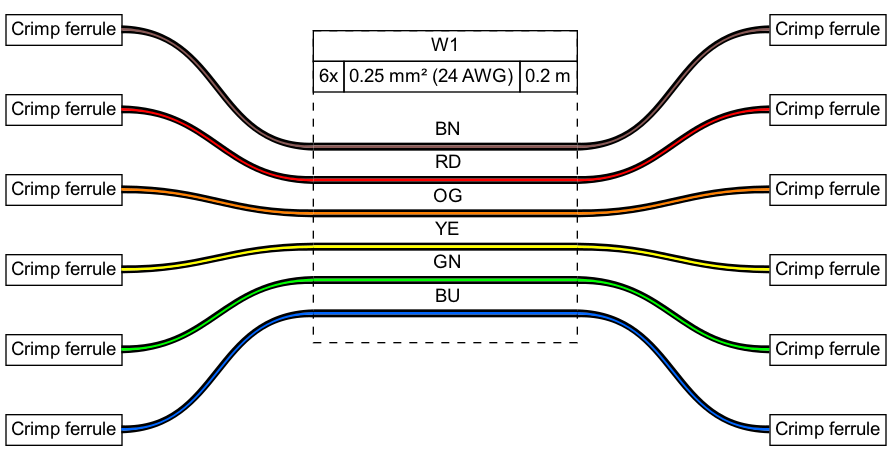
This is examples/ex04.png from wireviz/WireViz, a Graphviz export, as it was before one commit. Its source is kept beside it as examples/ex04.gv.
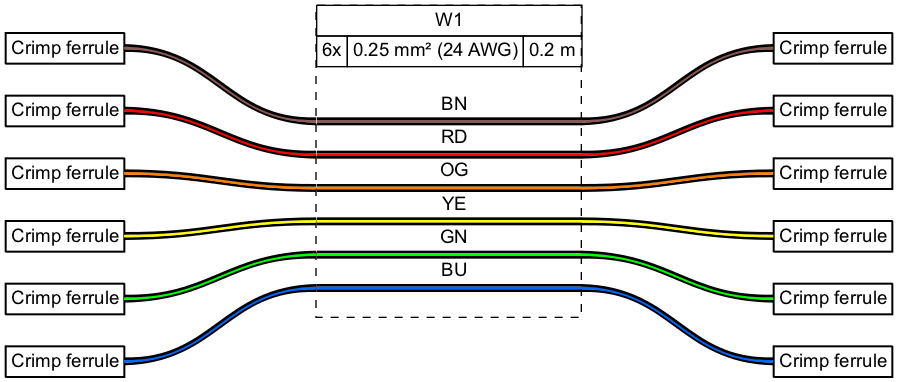
The same diagram one commit later.

The edit, as a diff of the source:
```diff
@@ -1,6 +1,6 @@
 graph {
-	graph [bgcolor=white fontname=arial nodesep=0.33 rankdir=LR ranksep=2]
-	node [fillcolor=white fontname=arial shape=record style=filled]
+	graph [bgcolor="#FFFFFF" fontname=arial nodesep=0.33 rankdir=LR ranksep=2]
+	node [fillcolor="#FFFFFF" fontname=arial height=0 margin=0 shape=none style=filled width=0]
 	edge [fontname=arial style=bold]
 	_ferrule_crimp_1 [label=<
 <table border="0" cellspacing="0" cellpadding="0">
@@ -10,7 +10,7 @@
   </tr></table>
  </td></tr>
 </table>
-> fillcolor=white margin=0 shape=none style=filled]
+> fillcolor="#FFFFFF" shape=box style=filled]
 	_ferrule_crimp_2 [label=<
 <table border="0" cellspacing="0" cellpadding="0">
  <tr><td>
@@ -19,7 +19,7 @@
   </tr></table>
  </td></tr>
 </table>
-> fillcolor=white margin=0 shape=none style=filled]
+> fillcolor="#FFFFFF" shape=box style=filled]
 	_ferrule_crimp_3 [label=<
 <table border="0" cellspacing="0" cellpadding="0">
  <tr><td>
@@ -28,7 +28,7 @@
   </tr></table>
  </td></tr>
 </table>
-> fillcolor=white margin=0 shape=none style=filled]
+> fillcolor="#FFFFFF" shape=box style=filled]
 	_ferrule_crimp_4 [label=<
 <table border="0" cellspacing="0" cellpadding="0">
  <tr><td>
@@ -37,7 +37,7 @@
   </tr></table>
  </td></tr>
 </table>
-> fillcolor=white margin=0 shape=none style=filled]
+> fillcolor="#FFFFFF" shape=box style=filled]
 	_ferrule_crimp_5 [label=<
 <table border="0" cellspacing="0" cellpadding="0">
  <tr><td>
@@ -46,7 +46,7 @@
   </tr></table>
  </td></tr>
 </table>
-> fillcolor=white margin=0 shape=none style=filled]
+> fillcolor="#FFFFFF" shape=box style=filled]
 	_ferrule_crimp_6 [label=<
 <table border="0" cellspacing="0" cellpadding="0">
  <tr><td>
@@ -55,7 +55,7 @@
   </tr></table>
  </td></tr>
 </table>
-> fillcolor=white margin=0 shape=none style=filled]
+> fillcolor="#FFFFFF" shape=box style=filled]
 	_ferrule_crimp_7 [label=<
 <table border="0" cellspacing="0" cellpadding="0">
  <tr><td>
@@ -64,7 +64,7 @@
   </tr></table>
  </td></tr>
 </table>
-> fillcolor=white margin=0 shape=none style=filled]
+> fillcolor="#FFFFFF" shape=box style=filled]
 	_ferrule_crimp_8 [label=<
 <table border="0" cellspacing="0" cellpadding="0">
  <tr><td>
@@ -73,7 +73,7 @@
   </tr></table>
  </td></tr>
 </table>
-> fillcolor=white margin=0 shape=none style=filled]
+> fillcolor="#FFFFFF" shape=box style=filled]
 	_ferrule_crimp_9 [label=<
 <table border="0" cellspacing="0" cellpadding="0">
  <tr><td>
@@ -82,7 +82,7 @@
   </tr></table>
  </td></tr>
 </table>
-> fillcolor=white margin=0 shape=none style=filled]
+> fillcolor="#FFFFFF" shape=box style=filled]
 	_ferrule_crimp_10 [label=<
 <table border="0" cellspacing="0" cellpadding="0">
  <tr><td>
@@ -91,7 +91,7 @@
   </tr></table>
  </td></tr>
 </table>
-> fillcolor=white margin=0 shape=none style=filled]
+> fillcolor="#FFFFFF" shape=box style=filled]
 	_ferrule_crimp_11 [label=<
 <table border="0" cellspacing="0" cellpadding="0">
  <tr><td>
@@ -100,7 +100,7 @@
   </tr></table>
  </td></tr>
 </table>
-> fillcolor=white margin=0 shape=none style=filled]
+> fillcolor="#FFFFFF" shape=box style=filled]
 	_ferrule_crimp_12 [label=<
 <table border="0" cellspacing="0" cellpadding="0">
  <tr><td>
@@ -109,7 +109,7 @@
   </tr></table>
  </td></tr>
 </table>
-> fillcolor=white margin=0 shape=none style=filled]
+> fillcolor="#FFFFFF" shape=box style=filled]
 	edge [color="#000000:#895956:#000000"]
 	_ferrule_crimp_1:e -- W1:w1:w
 	W1:w1:e -- _ferrule_crimp_7:w
@@ -147,7 +147,9 @@
    <tr><td>&nbsp;</td></tr>
    <tr>
     <td></td>
-    <td>BN</td>
+    <td>
+     BN
+    </td>
     <td></td>
    </tr>
    <tr>
@@ -161,7 +163,9 @@
    </tr>
    <tr>
     <td></td>
-    <td>RD</td>
+    <td>
+     RD
+    </td>
     <td></td>
    </tr>
    <tr>
@@ -175,7 +179,9 @@
    </tr>
    <tr>
     <td></td>
-    <td>OG</td>
+    <td>
+     OG
+    </td>
     <td></td>
    </tr>
    <tr>
@@ -189,7 +195,9 @@
    </tr>
    <tr>
     <td></td>
-    <td>YE</td>
+    <td>
+     YE
+    </td>
     <td></td>
    </tr>
    <tr>
@@ -203,7 +211,9 @@
    </tr>
    <tr>
     <td></td>
-    <td>GN</td>
+    <td>
+     GN
+    </td>
     <td></td>
    </tr>
    <tr>
@@ -217,7 +227,9 @@
    </tr>
    <tr>
     <td></td>
-    <td>BU</td>
+    <td>
+     BU
+    </td>
     <td></td>
    </tr>
    <tr>
@@ -233,5 +245,5 @@
   </table>
  </td></tr>
 </table>
-> fillcolor=white margin=0 shape=box style="filled,dashed"]
+> fillcolor="#FFFFFF" shape=box style="filled,dashed"]
 }
```
